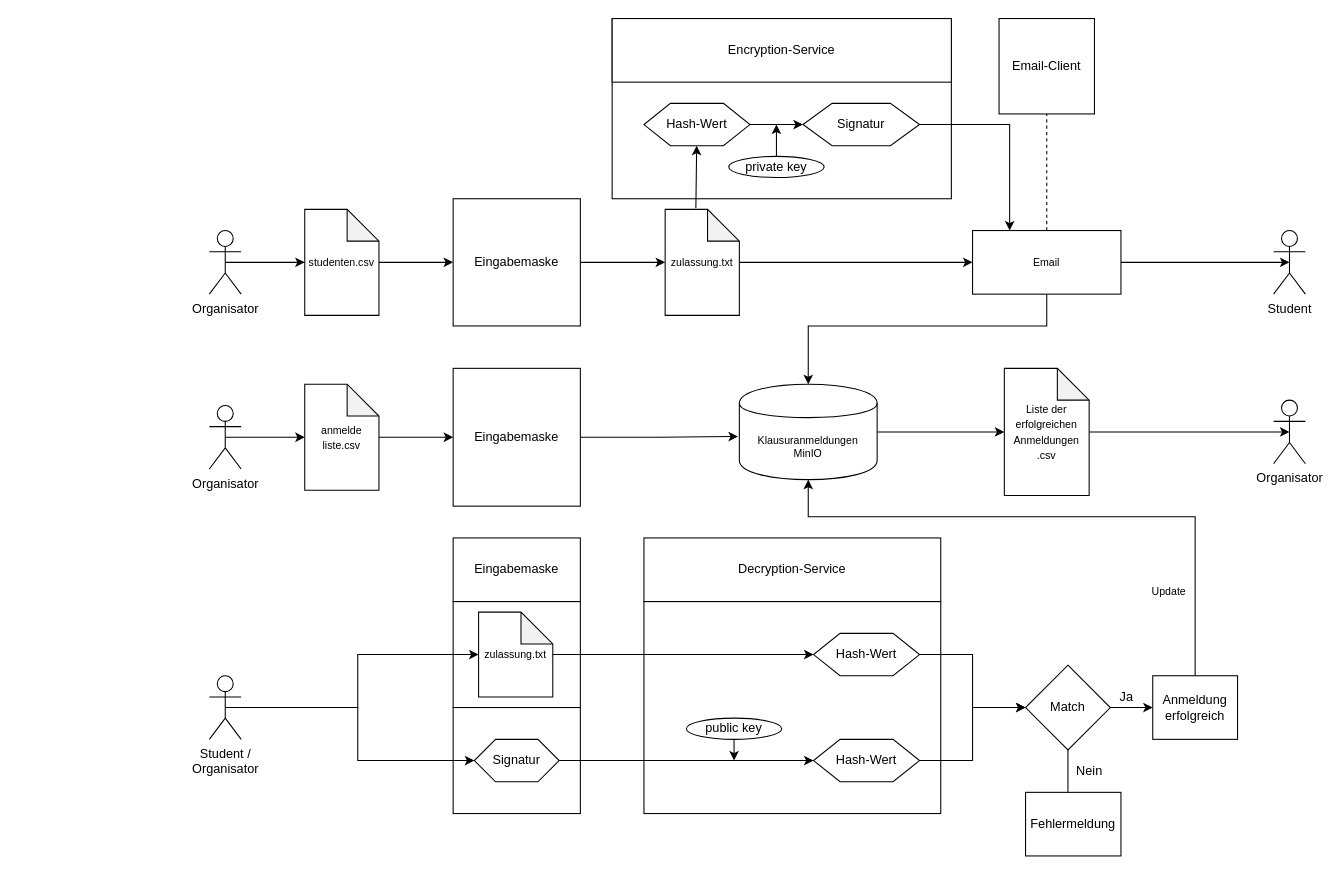
Above: dokumentation/images/process_flowchart_anmeldungen2.drawio in hhu-propra2-2019/abschlussprojekt-bits-please (draw.io), before the change. Source tidied: cells renumbered, new cells numbered last; positions are measured from the earlier drawing's top-left corner, leaving out a move shared by most shapes. Both pictures are drawn from the tidied source at 106%, with x=0, y=0 at pixel (209, 18).
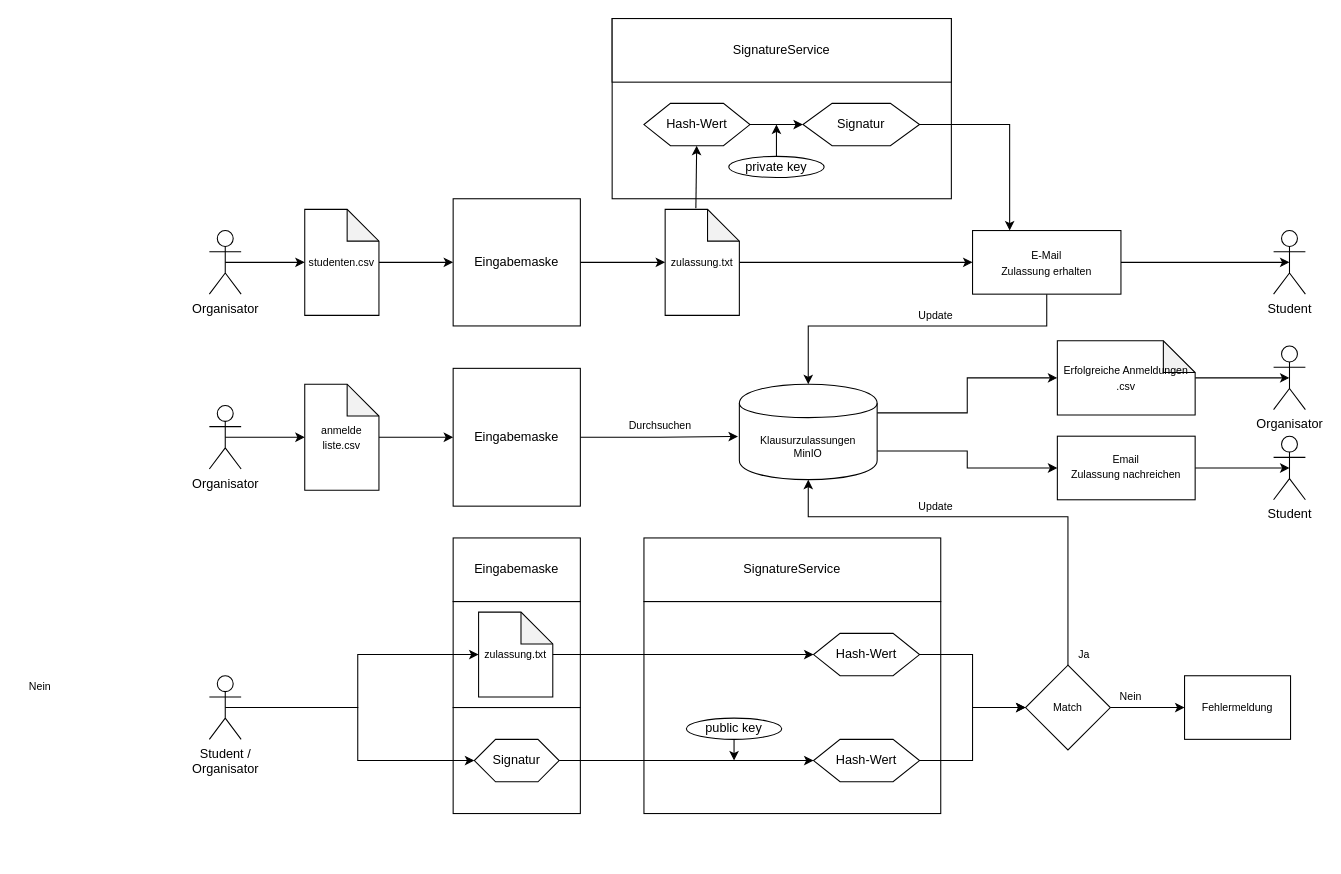
After the change.

Commit message (it also covers changes not shown here):
Review and correct documentation

Diff of the diagram source:
```diff
@@
-    <mxCell id="14" value="&lt;font style=&quot;font-size: 12px&quot;&gt;Email-Client&lt;/font&gt;" style="whiteSpace=wrap;html=1;" parent="1" vertex="1">
-      <mxGeometry x="745" width="90" height="90" as="geometry" />
-    </mxCell>
@@
-    <mxCell id="17" value="&lt;font style=&quot;font-size: 10px&quot;&gt;Email&lt;/font&gt;" style="whiteSpace=wrap;html=1;" parent="1" vertex="1">
+    <mxCell id="17" value="&lt;div&gt;&lt;font style=&quot;font-size: 10px&quot;&gt;E-Mail&lt;/font&gt;&lt;/div&gt;&lt;div&gt;&lt;font style=&quot;font-size: 10px&quot;&gt;Zulassung erhalten&lt;br&gt;&lt;/font&gt;&lt;/div&gt;" style="whiteSpace=wrap;html=1;" parent="1" vertex="1">
       <mxGeometry x="720" y="200" width="140" height="60" as="geometry" />
     </mxCell>
-    <mxCell id="18" value="Encryption-Service" style="whiteSpace=wrap;html=1;" parent="1" vertex="1">
+    <mxCell id="18" value="SignatureService" style="whiteSpace=wrap;html=1;" parent="1" vertex="1">
       <mxGeometry x="380" width="320" height="60" as="geometry" />
     </mxCell>
@@
-    <mxCell id="24" style="endArrow=none;dashed=1;html=1;exitX=0.5;exitY=0;exitDx=0;exitDy=0;entryX=0.5;entryY=1;entryDx=0;entryDy=0;" parent="1" edge="1" source="17" target="14">
-      <mxGeometry relative="1" as="geometry" />
-    </mxCell>
@@
-    <mxCell id="36" value="Decryption-Service" style="whiteSpace=wrap;html=1;" parent="1" vertex="1">
+    <mxCell id="36" value="SignatureService" style="whiteSpace=wrap;html=1;" parent="1" vertex="1">
       <mxGeometry x="410" y="490" width="280" height="60" as="geometry" />
     </mxCell>
@@
-    <mxCell id="43" style="edgeStyle=orthogonalEdgeStyle;rounded=0;jettySize=auto;html=1;entryX=0;entryY=0.5;entryDx=0;entryDy=0;" parent="1" edge="1" source="45" target="50">
-      <mxGeometry relative="1" as="geometry" />
-    </mxCell>
-    <mxCell id="44" style="edgeStyle=orthogonalEdgeStyle;rounded=0;jettySize=auto;html=1;" parent="1" edge="1" source="45">
-      <mxGeometry relative="1" as="geometry">
-        <mxPoint x="810" y="770" as="targetPoint" />
-      </mxGeometry>
-    </mxCell>
+    <mxCell id="63" style="edgeStyle=orthogonalEdgeStyle;rounded=0;jettySize=auto;html=1;endArrow=classic;endFill=1;" parent="1" edge="1" source="45" target="48">
+      <mxGeometry relative="1" as="geometry" />
+    </mxCell>
-    <mxCell id="45" value="Match" style="rhombus;whiteSpace=wrap;html=1;" parent="1" vertex="1">
+    <mxCell id="45" value="&lt;font style=&quot;font-size: 10px&quot;&gt;Match&lt;/font&gt;" style="rhombus;whiteSpace=wrap;html=1;" parent="1" vertex="1">
       <mxGeometry x="770" y="610" width="80" height="80" as="geometry" />
     </mxCell>
-    <mxCell id="46" value="Ja" style="text;html=1;align=center;verticalAlign=middle;" parent="1" vertex="1">
-      <mxGeometry x="850" y="630" width="30" height="20" as="geometry" />
+    <mxCell id="46" value="&lt;font style=&quot;font-size: 10px&quot;&gt;Ja&lt;/font&gt;" style="text;html=1;align=center;verticalAlign=middle;" parent="1" vertex="1">
+      <mxGeometry x="810" y="590" width="30" height="20" as="geometry" />
     </mxCell>
-    <mxCell id="47" value="Nein" style="text;html=1;align=center;verticalAlign=middle;" parent="1" vertex="1">
-      <mxGeometry x="810" y="700" width="40" height="20" as="geometry" />
+    <mxCell id="47" value="&lt;font style=&quot;font-size: 10px&quot;&gt;Nein&lt;/font&gt;" style="text;html=1;align=center;verticalAlign=middle;" parent="1" vertex="1">
+      <mxGeometry x="-180" y="620" width="40" height="20" as="geometry" />
     </mxCell>
-    <mxCell id="48" value="Fehlermeldung" style="whiteSpace=wrap;html=1;" parent="1" vertex="1">
-      <mxGeometry x="770" y="730" width="90" height="60" as="geometry" />
+    <mxCell id="48" value="&lt;font style=&quot;font-size: 10px&quot;&gt;Fehlermeldung&lt;/font&gt;" style="whiteSpace=wrap;html=1;" parent="1" vertex="1">
+      <mxGeometry x="920" y="620" width="100" height="60" as="geometry" />
     </mxCell>
-    <mxCell id="49" style="edgeStyle=orthogonalEdgeStyle;rounded=0;jettySize=auto;html=1;entryX=0.5;entryY=1;entryDx=0;entryDy=0;exitX=0.5;exitY=0;exitDx=0;exitDy=0;" parent="1" edge="1" source="50" target="58">
+    <mxCell id="49" style="edgeStyle=orthogonalEdgeStyle;rounded=0;jettySize=auto;html=1;entryX=0.5;entryY=1;entryDx=0;entryDy=0;exitX=0.5;exitY=0;exitDx=0;exitDy=0;" parent="1" edge="1" source="45" target="58">
       <mxGeometry relative="1" as="geometry">
         <Array as="points">
-          <mxPoint x="930" y="470" />
+          <mxPoint x="810" y="470" />
           <mxPoint x="565" y="470" />
         </Array>
       </mxGeometry>
     </mxCell>
-    <mxCell id="50" value="Anmeldung erfolgreich" style="whiteSpace=wrap;html=1;" parent="1" vertex="1">
-      <mxGeometry x="890" y="620" width="80" height="60" as="geometry" />
-    </mxCell>
@@
-    <mxCell id="57" style="edgeStyle=orthogonalEdgeStyle;rounded=0;jettySize=auto;html=1;entryX=0;entryY=0.5;entryDx=0;entryDy=0;entryPerimeter=0;" parent="1" edge="1" source="58" target="61">
+    <mxCell id="57" style="edgeStyle=orthogonalEdgeStyle;rounded=0;jettySize=auto;html=1;entryX=0;entryY=0.5;entryDx=0;entryDy=0;entryPerimeter=0;exitX=1;exitY=0.3;exitDx=0;exitDy=0;" parent="1" edge="1" source="58" target="61">
       <mxGeometry relative="1" as="geometry" />
     </mxCell>
+    <mxCell id="64" style="edgeStyle=orthogonalEdgeStyle;rounded=0;jettySize=auto;html=1;entryX=0;entryY=0.5;entryDx=0;entryDy=0;exitX=1;exitY=0.7;exitDx=0;exitDy=0;" parent="1" edge="1" source="58" target="69">
+      <mxGeometry relative="1" as="geometry" />
+    </mxCell>
-    <mxCell id="58" value="&lt;div style=&quot;font-size: 10px&quot;&gt;&lt;font style=&quot;font-size: 10px&quot;&gt;Klausuranmeldungen&lt;/font&gt;&lt;/div&gt;&lt;div style=&quot;font-size: 10px&quot;&gt;&lt;font style=&quot;font-size: 10px&quot;&gt;MinIO&lt;br&gt;&lt;/font&gt;&lt;/div&gt;" style="shape=cylinder;whiteSpace=wrap;html=1;boundedLbl=1;backgroundOutline=1;" parent="1" vertex="1">
+    <mxCell id="58" value="&lt;div style=&quot;font-size: 10px&quot;&gt;&lt;font style=&quot;font-size: 10px&quot;&gt;Klausurzulassungen&lt;/font&gt;&lt;/div&gt;&lt;div style=&quot;font-size: 10px&quot;&gt;&lt;font style=&quot;font-size: 10px&quot;&gt;MinIO&lt;br&gt;&lt;/font&gt;&lt;/div&gt;" style="shape=cylinder;whiteSpace=wrap;html=1;boundedLbl=1;backgroundOutline=1;" parent="1" vertex="1">
       <mxGeometry x="500" y="345" width="130" height="90" as="geometry" />
     </mxCell>
     <mxCell id="59" value="Organisator" style="shape=umlActor;verticalLabelPosition=bottom;labelBackgroundColor=#ffffff;verticalAlign=top;html=1;outlineConnect=0;" parent="1" vertex="1">
-      <mxGeometry x="1004" y="360" width="30" height="60" as="geometry" />
+      <mxGeometry x="1004" y="309" width="30" height="60" as="geometry" />
     </mxCell>
@@
-    <mxCell id="61" value="&lt;div&gt;&lt;font style=&quot;font-size: 10px&quot;&gt;Liste der erfolgreichen Anmeldungen&lt;/font&gt;&lt;/div&gt;&lt;div&gt;&lt;font style=&quot;font-size: 10px&quot;&gt;.csv&lt;br&gt;&lt;/font&gt;&lt;/div&gt;" style="shape=note;whiteSpace=wrap;html=1;backgroundOutline=1;darkOpacity=0.05;" parent="1" vertex="1">
-      <mxGeometry x="750" y="330" width="80" height="120" as="geometry" />
+    <mxCell id="61" value="&lt;div&gt;&lt;font style=&quot;font-size: 10px&quot;&gt;Erfolgreiche Anmeldungen&lt;/font&gt;&lt;/div&gt;&lt;div&gt;&lt;font style=&quot;font-size: 10px&quot;&gt;.csv&lt;br&gt;&lt;/font&gt;&lt;/div&gt;" style="shape=note;whiteSpace=wrap;html=1;backgroundOutline=1;darkOpacity=0.05;" parent="1" vertex="1">
+      <mxGeometry x="800" y="304" width="130" height="70" as="geometry" />
     </mxCell>
     <mxCell id="62" value="&lt;div style=&quot;font-size: 10px&quot;&gt;&lt;font style=&quot;font-size: 10px&quot;&gt;Update&lt;/font&gt;&lt;/div&gt;" style="text;html=1;align=center;verticalAlign=middle;" parent="1" vertex="1">
-      <mxGeometry x="880" y="530" width="50" height="20" as="geometry" />
+      <mxGeometry x="660" y="450" width="50" height="20" as="geometry" />
     </mxCell>
+    <mxCell id="65" value="&lt;div style=&quot;font-size: 10px&quot;&gt;&lt;font style=&quot;font-size: 10px&quot;&gt;Update&lt;/font&gt;&lt;/div&gt;" style="text;html=1;align=center;verticalAlign=middle;" parent="1" vertex="1">
+      <mxGeometry x="660" y="270" width="50" height="20" as="geometry" />
+    </mxCell>
+    <mxCell id="66" value="&lt;font style=&quot;font-size: 10px&quot;&gt;Durchsuchen&lt;/font&gt;" style="text;html=1;align=center;verticalAlign=middle;" parent="1" vertex="1">
+      <mxGeometry x="385" y="374" width="80" height="20" as="geometry" />
+    </mxCell>
+    <mxCell id="67" value="&lt;font style=&quot;font-size: 12px&quot;&gt;Student&lt;/font&gt;" style="shape=umlActor;verticalLabelPosition=bottom;labelBackgroundColor=#ffffff;verticalAlign=top;html=1;outlineConnect=0;" parent="1" vertex="1">
+      <mxGeometry x="1004" y="394" width="30" height="60" as="geometry" />
+    </mxCell>
+    <mxCell id="68" style="edgeStyle=orthogonalEdgeStyle;rounded=0;jettySize=auto;html=1;entryX=0.5;entryY=0.5;entryDx=0;entryDy=0;entryPerimeter=0;" parent="1" edge="1" source="69" target="67">
+      <mxGeometry relative="1" as="geometry" />
+    </mxCell>
+    <mxCell id="69" value="&lt;div style=&quot;font-size: 10px&quot;&gt;&lt;font style=&quot;font-size: 10px&quot;&gt;Email&lt;/font&gt;&lt;/div&gt;&lt;font style=&quot;font-size: 10px&quot;&gt;Zulassung nachreichen&lt;/font&gt;" style="whiteSpace=wrap;html=1;" parent="1" vertex="1">
+      <mxGeometry x="800" y="394" width="130" height="60" as="geometry" />
+    </mxCell>
+    <mxCell id="70" value="&lt;font style=&quot;font-size: 10px&quot;&gt;Nein&lt;/font&gt;" style="text;html=1;align=center;verticalAlign=middle;" parent="1" vertex="1">
+      <mxGeometry x="849" y="629" width="40" height="20" as="geometry" />
+    </mxCell>
```
